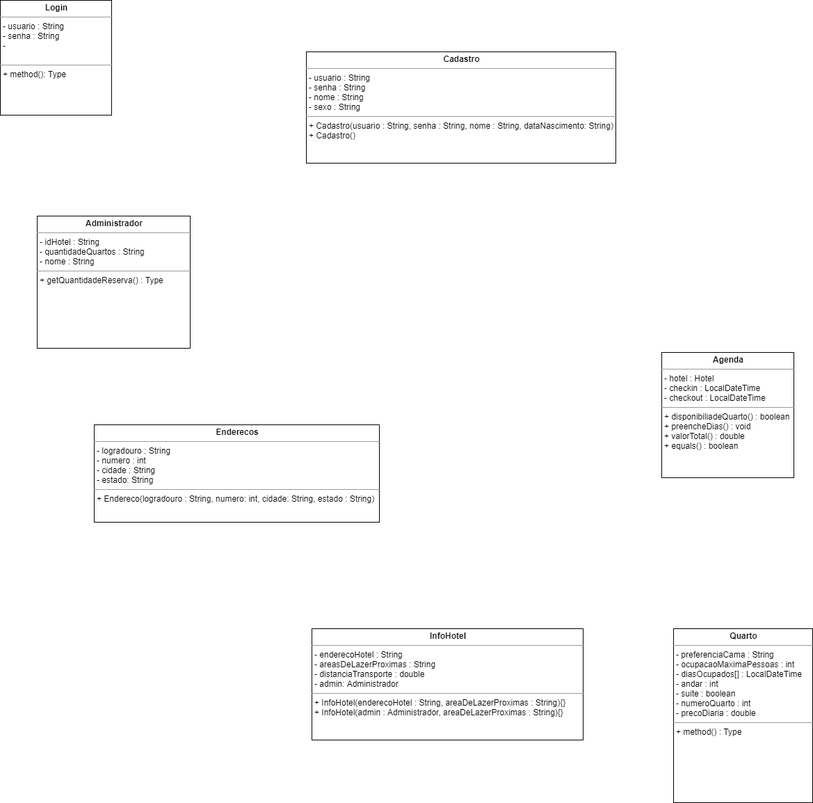
Before: Diagrama UML Graduandos em Totólogia.png, a diagram exported from draw.io (pedrocmr/Projeto_Host4U). Source tidied: cells renumbered, new cells last; positions are measured from the earlier drawing's top-left corner, leaving out a move shared by most shapes.
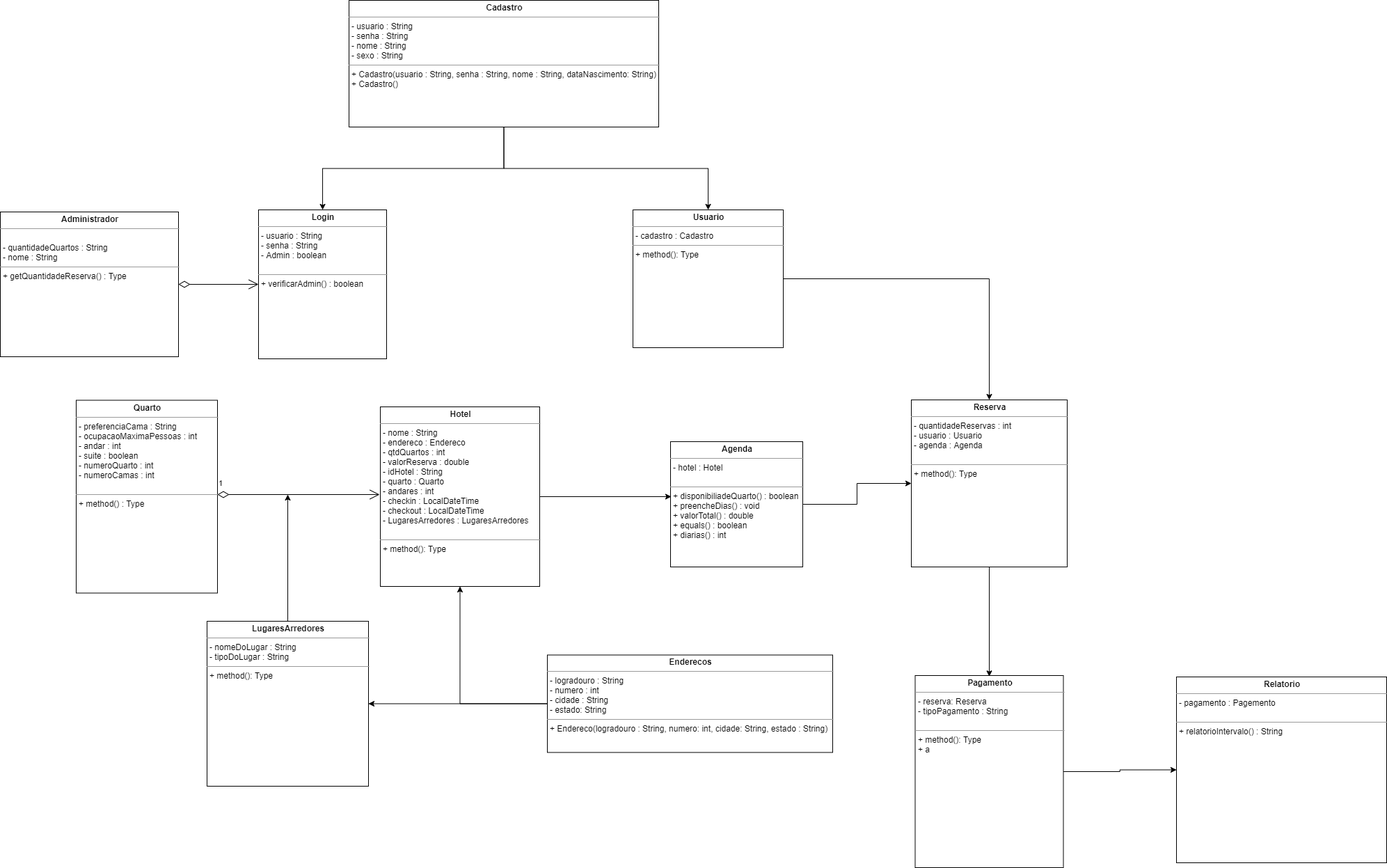
The same file after the commit.

Change to the diagram source:
```diff
@@ -2,26 +2,86 @@
   <root>
     <mxCell id="0" />
     <mxCell id="1" parent="0" />
+    <mxCell id="9" style="endArrow=open;html=1;endSize=12;startArrow=diamondThin;startSize=14;startFill=0;edgeStyle=orthogonalEdgeStyle;fontFamily=Helvetica;fontSize=11;fontColor=#000000;align=center;strokeColor=#000000;" parent="1" edge="1" source="2" target="7">
+      <mxGeometry relative="1" as="geometry" />
+    </mxCell>
-    <mxCell id="2" value="&lt;p style=&quot;margin: 0px ; margin-top: 4px ; text-align: center&quot;&gt;&lt;b&gt;Administrador&lt;/b&gt;&lt;/p&gt;&lt;hr size=&quot;1&quot;&gt;&lt;p style=&quot;margin: 0px ; margin-left: 4px&quot;&gt;- idHotel : String&lt;/p&gt;&lt;p style=&quot;margin: 0px ; margin-left: 4px&quot;&gt;- quantidadeQuartos : String&lt;/p&gt;&lt;p style=&quot;margin: 0px ; margin-left: 4px&quot;&gt;- nome : String&lt;/p&gt;&lt;hr size=&quot;1&quot;&gt;&lt;p style=&quot;margin: 0px ; margin-left: 4px&quot;&gt;+ getQuantidadeReserva() : Type&lt;/p&gt;" style="verticalAlign=top;align=left;overflow=fill;fontSize=12;fontFamily=Helvetica;html=1;" parent="1" vertex="1">
-      <mxGeometry x="53" y="310" width="220" height="190" as="geometry" />
+    <mxCell id="2" value="&lt;p style=&quot;margin: 0px ; margin-top: 4px ; text-align: center&quot;&gt;&lt;b&gt;Administrador&lt;/b&gt;&lt;/p&gt;&lt;hr size=&quot;1&quot;&gt;&lt;p style=&quot;margin: 0px ; margin-left: 4px&quot;&gt;&lt;br&gt;&lt;/p&gt;&lt;p style=&quot;margin: 0px ; margin-left: 4px&quot;&gt;- quantidadeQuartos : String&lt;/p&gt;&lt;p style=&quot;margin: 0px ; margin-left: 4px&quot;&gt;- nome : String&lt;/p&gt;&lt;hr size=&quot;1&quot;&gt;&lt;p style=&quot;margin: 0px ; margin-left: 4px&quot;&gt;+ getQuantidadeReserva() : Type&lt;/p&gt;" style="verticalAlign=top;align=left;overflow=fill;fontSize=12;fontFamily=Helvetica;html=1;" parent="1" vertex="1">
+      <mxGeometry x="-151" y="-594" width="256" height="208" as="geometry" />
     </mxCell>
+    <mxCell id="10" style="edgeStyle=orthogonalEdgeStyle;rounded=0;jettySize=auto;html=1;" parent="1" edge="1" source="3" target="21">
+      <mxGeometry relative="1" as="geometry" />
+    </mxCell>
-    <mxCell id="3" value="&lt;p style=&quot;margin: 0px ; margin-top: 4px ; text-align: center&quot;&gt;&lt;b&gt;Agenda&lt;/b&gt;&lt;/p&gt;&lt;hr size=&quot;1&quot;&gt;&lt;p style=&quot;margin: 0px ; margin-left: 4px&quot;&gt;- hotel : Hotel&lt;/p&gt;&lt;p style=&quot;margin: 0px ; margin-left: 4px&quot;&gt;- checkin : LocalDateTime&lt;/p&gt;&lt;p style=&quot;margin: 0px ; margin-left: 4px&quot;&gt;- checkout : LocalDateTime&lt;/p&gt;&lt;hr size=&quot;1&quot;&gt;&lt;p style=&quot;margin: 0px ; margin-left: 4px&quot;&gt;+ disponibiliadeQuarto() : boolean&lt;/p&gt;&lt;p style=&quot;margin: 0px ; margin-left: 4px&quot;&gt;+ preencheDias() : void&lt;/p&gt;&lt;p style=&quot;margin: 0px ; margin-left: 4px&quot;&gt;+ valorTotal() : double&lt;/p&gt;&lt;p style=&quot;margin: 0px ; margin-left: 4px&quot;&gt;+ equals() : boolean&lt;/p&gt;" style="verticalAlign=top;align=left;overflow=fill;fontSize=12;fontFamily=Helvetica;html=1;" parent="1" vertex="1">
-      <mxGeometry x="951" y="506" width="190" height="180" as="geometry" />
+    <mxCell id="3" value="&lt;p style=&quot;margin: 0px ; margin-top: 4px ; text-align: center&quot;&gt;&lt;b&gt;Agenda&lt;/b&gt;&lt;/p&gt;&lt;hr size=&quot;1&quot;&gt;&lt;p style=&quot;margin: 0px ; margin-left: 4px&quot;&gt;- hotel : Hotel&lt;/p&gt;&lt;p style=&quot;margin: 0px ; margin-left: 4px&quot;&gt;&lt;br&gt;&lt;/p&gt;&lt;hr size=&quot;1&quot;&gt;&lt;p style=&quot;margin: 0px ; margin-left: 4px&quot;&gt;+ disponibiliadeQuarto() : boolean&lt;/p&gt;&lt;p style=&quot;margin: 0px ; margin-left: 4px&quot;&gt;+ preencheDias() : void&lt;/p&gt;&lt;p style=&quot;margin: 0px ; margin-left: 4px&quot;&gt;+ valorTotal() : double&lt;/p&gt;&lt;p style=&quot;margin: 0px ; margin-left: 4px&quot;&gt;+ equals() : boolean&lt;/p&gt;&lt;p style=&quot;margin: 0px ; margin-left: 4px&quot;&gt;+ diarias() : int&lt;/p&gt;" style="verticalAlign=top;align=left;overflow=fill;fontSize=12;fontFamily=Helvetica;html=1;" parent="1" vertex="1">
+      <mxGeometry x="812" y="-264" width="190" height="180" as="geometry" />
     </mxCell>
-    <mxCell id="4" value="&lt;p style=&quot;margin: 0px ; margin-top: 4px ; text-align: center&quot;&gt;&lt;b&gt;Quarto&lt;/b&gt;&lt;/p&gt;&lt;hr size=&quot;1&quot;&gt;&lt;p style=&quot;margin: 0px ; margin-left: 4px&quot;&gt;- preferenciaCama : String&lt;/p&gt;&lt;p style=&quot;margin: 0px ; margin-left: 4px&quot;&gt;- ocupacaoMaximaPessoas : int&lt;/p&gt;&lt;p style=&quot;margin: 0px ; margin-left: 4px&quot;&gt;- diasOcupados[] : LocalDateTime&lt;/p&gt;&lt;p style=&quot;margin: 0px ; margin-left: 4px&quot;&gt;- andar : int&lt;/p&gt;&lt;p style=&quot;margin: 0px ; margin-left: 4px&quot;&gt;- suite : boolean&lt;/p&gt;&lt;p style=&quot;margin: 0px ; margin-left: 4px&quot;&gt;- numeroQuarto : int&lt;/p&gt;&lt;p style=&quot;margin: 0px ; margin-left: 4px&quot;&gt;- precoDiaria : double&lt;/p&gt;&lt;hr size=&quot;1&quot;&gt;&lt;p style=&quot;margin: 0px ; margin-left: 4px&quot;&gt;+ method() : Type&lt;/p&gt;" style="verticalAlign=top;align=left;overflow=fill;fontSize=12;fontFamily=Helvetica;html=1;" parent="1" vertex="1">
-      <mxGeometry x="968" y="903" width="200" height="250" as="geometry" />
+    <mxCell id="4" value="&lt;p style=&quot;margin: 0px ; margin-top: 4px ; text-align: center&quot;&gt;&lt;b&gt;Quarto&lt;/b&gt;&lt;/p&gt;&lt;hr size=&quot;1&quot;&gt;&lt;p style=&quot;margin: 0px ; margin-left: 4px&quot;&gt;- preferenciaCama : String&lt;/p&gt;&lt;p style=&quot;margin: 0px ; margin-left: 4px&quot;&gt;- ocupacaoMaximaPessoas : int&lt;/p&gt;&lt;p style=&quot;margin: 0px ; margin-left: 4px&quot;&gt;&lt;span&gt;- andar : int&lt;/span&gt;&lt;br&gt;&lt;/p&gt;&lt;p style=&quot;margin: 0px ; margin-left: 4px&quot;&gt;- suite : boolean&lt;/p&gt;&lt;p style=&quot;margin: 0px ; margin-left: 4px&quot;&gt;- numeroQuarto : int&lt;/p&gt;&lt;p style=&quot;margin: 0px ; margin-left: 4px&quot;&gt;- numeroCamas : int&lt;/p&gt;&lt;p style=&quot;margin: 0px ; margin-left: 4px&quot;&gt;&lt;br&gt;&lt;/p&gt;&lt;hr size=&quot;1&quot;&gt;&lt;p style=&quot;margin: 0px ; margin-left: 4px&quot;&gt;+ method() : Type&lt;/p&gt;" style="verticalAlign=top;align=left;overflow=fill;fontSize=12;fontFamily=Helvetica;html=1;" parent="1" vertex="1">
+      <mxGeometry x="-42" y="-323.5" width="203" height="277" as="geometry" />
     </mxCell>
-    <mxCell id="5" value="&lt;p style=&quot;margin: 0px ; margin-top: 4px ; text-align: center&quot;&gt;&lt;b&gt;InfoHotel&lt;/b&gt;&lt;/p&gt;&lt;hr size=&quot;1&quot;&gt;&lt;p style=&quot;margin: 0px ; margin-left: 4px&quot;&gt;- enderecoHotel : String&lt;/p&gt;&lt;p style=&quot;margin: 0px ; margin-left: 4px&quot;&gt;- areasDeLazerProximas : String&lt;/p&gt;&lt;p style=&quot;margin: 0px ; margin-left: 4px&quot;&gt;- distanciaTransporte : double&lt;/p&gt;&lt;p style=&quot;margin: 0px ; margin-left: 4px&quot;&gt;- admin: Administrador&lt;/p&gt;&lt;hr size=&quot;1&quot;&gt;&lt;p style=&quot;margin: 0px ; margin-left: 4px&quot;&gt;+ InfoHotel(enderecoHotel : String, areaDeLazerProximas : String){}&lt;/p&gt;&lt;p style=&quot;margin: 0px ; margin-left: 4px&quot;&gt;+ InfoHotel(admin : Administrador, areaDeLazerProximas : String){}&lt;/p&gt;&lt;p style=&quot;margin: 0px ; margin-left: 4px&quot;&gt;&lt;br&gt;&lt;/p&gt;" style="verticalAlign=top;align=left;overflow=fill;fontSize=12;fontFamily=Helvetica;html=1;" parent="1" vertex="1">
-      <mxGeometry x="448" y="903" width="390" height="160" as="geometry" />
-    </mxCell>
+    <mxCell id="11" style="edgeStyle=orthogonalEdgeStyle;rounded=0;jettySize=auto;html=1;entryX=0.5;entryY=1;entryDx=0;entryDy=0;" parent="1" edge="1" source="6" target="17">
+      <mxGeometry relative="1" as="geometry" />
+    </mxCell>
+    <mxCell id="12" style="edgeStyle=orthogonalEdgeStyle;rounded=0;jettySize=auto;html=1;" parent="1" edge="1" source="6" target="23">
+      <mxGeometry relative="1" as="geometry" />
+    </mxCell>
     <mxCell id="6" value="&lt;p style=&quot;margin: 0px ; margin-top: 4px ; text-align: center&quot;&gt;&lt;b&gt;Enderecos&lt;/b&gt;&lt;/p&gt;&lt;hr size=&quot;1&quot;&gt;&lt;p style=&quot;margin: 0px ; margin-left: 4px&quot;&gt;- logradouro : String&lt;/p&gt;&lt;p style=&quot;margin: 0px ; margin-left: 4px&quot;&gt;- numero : int&lt;/p&gt;&lt;p style=&quot;margin: 0px ; margin-left: 4px&quot;&gt;- cidade : String&lt;/p&gt;&lt;p style=&quot;margin: 0px ; margin-left: 4px&quot;&gt;- estado: String&lt;/p&gt;&lt;hr size=&quot;1&quot;&gt;&lt;p style=&quot;margin: 0px ; margin-left: 4px&quot;&gt;+ Endereco(logradouro : String, numero: int, cidade: String, estado : String)&lt;/p&gt;" style="verticalAlign=top;align=left;overflow=fill;fontSize=12;fontFamily=Helvetica;html=1;" parent="1" vertex="1">
-      <mxGeometry x="135" y="610" width="410" height="140" as="geometry" />
+      <mxGeometry x="635" y="42.5" width="410" height="140" as="geometry" />
     </mxCell>
-    <mxCell id="7" value="&lt;p style=&quot;margin: 0px ; margin-top: 4px ; text-align: center&quot;&gt;&lt;b&gt;Login&lt;/b&gt;&lt;/p&gt;&lt;hr size=&quot;1&quot;&gt;&lt;p style=&quot;margin: 0px ; margin-left: 4px&quot;&gt;- usuario : String&lt;/p&gt;&lt;p style=&quot;margin: 0px ; margin-left: 4px&quot;&gt;- senha : String&lt;/p&gt;&lt;p style=&quot;margin: 0px ; margin-left: 4px&quot;&gt;-&amp;nbsp;&lt;/p&gt;&lt;p style=&quot;margin: 0px ; margin-left: 4px&quot;&gt;&lt;br&gt;&lt;/p&gt;&lt;hr size=&quot;1&quot;&gt;&lt;p style=&quot;margin: 0px ; margin-left: 4px&quot;&gt;+ method(): Type&lt;/p&gt;" style="verticalAlign=top;align=left;overflow=fill;fontSize=12;fontFamily=Helvetica;html=1;" parent="1" vertex="1">
-      <mxGeometry width="160" height="165" as="geometry" />
+    <mxCell id="7" value="&lt;p style=&quot;margin: 0px ; margin-top: 4px ; text-align: center&quot;&gt;&lt;b&gt;Login&lt;/b&gt;&lt;/p&gt;&lt;hr size=&quot;1&quot;&gt;&lt;p style=&quot;margin: 0px ; margin-left: 4px&quot;&gt;- usuario : String&lt;/p&gt;&lt;p style=&quot;margin: 0px ; margin-left: 4px&quot;&gt;- senha : String&lt;/p&gt;&lt;p style=&quot;margin: 0px ; margin-left: 4px&quot;&gt;- Admin : boolean&lt;/p&gt;&lt;p style=&quot;margin: 0px ; margin-left: 4px&quot;&gt;&lt;br&gt;&lt;/p&gt;&lt;hr size=&quot;1&quot;&gt;&lt;p style=&quot;margin: 0px ; margin-left: 4px&quot;&gt;+ verificarAdmin() : boolean&lt;/p&gt;" style="verticalAlign=top;align=left;overflow=fill;fontSize=12;fontFamily=Helvetica;html=1;" parent="1" vertex="1">
+      <mxGeometry x="220" y="-597" width="184" height="214" as="geometry" />
     </mxCell>
+    <mxCell id="13" style="edgeStyle=orthogonalEdgeStyle;rounded=0;jettySize=auto;html=1;" parent="1" edge="1" source="8" target="7">
+      <mxGeometry relative="1" as="geometry" />
+    </mxCell>
+    <mxCell id="14" style="edgeStyle=orthogonalEdgeStyle;rounded=0;jettySize=auto;html=1;" parent="1" edge="1" source="8" target="19">
+      <mxGeometry relative="1" as="geometry" />
+    </mxCell>
     <mxCell id="8" value="&lt;p style=&quot;margin: 0px ; margin-top: 4px ; text-align: center&quot;&gt;&lt;b&gt;Cadastro&lt;/b&gt;&lt;/p&gt;&lt;hr size=&quot;1&quot;&gt;&lt;p style=&quot;margin: 0px ; margin-left: 4px&quot;&gt;- usuario : String&lt;/p&gt;&lt;p style=&quot;margin: 0px ; margin-left: 4px&quot;&gt;- senha : String&lt;/p&gt;&lt;p style=&quot;margin: 0px ; margin-left: 4px&quot;&gt;- nome : String&lt;/p&gt;&lt;p style=&quot;margin: 0px ; margin-left: 4px&quot;&gt;- sexo : String&amp;nbsp;&lt;/p&gt;&lt;hr size=&quot;1&quot;&gt;&lt;p style=&quot;margin: 0px ; margin-left: 4px&quot;&gt;+ Cadastro(usuario : String, senha : String, nome : String, dataNascimento: String)&lt;/p&gt;&lt;p style=&quot;margin: 0px ; margin-left: 4px&quot;&gt;+ Cadastro()&lt;/p&gt;&lt;p style=&quot;margin: 0px ; margin-left: 4px&quot;&gt;&lt;br&gt;&lt;/p&gt;" style="verticalAlign=top;align=left;overflow=fill;fontSize=12;fontFamily=Helvetica;html=1;" parent="1" vertex="1">
-      <mxGeometry x="440" y="74" width="445" height="160" as="geometry" />
+      <mxGeometry x="350" y="-898" width="445" height="182" as="geometry" />
     </mxCell>
+    <mxCell id="15" value="&lt;p style=&quot;margin: 0px ; margin-top: 4px ; text-align: center&quot;&gt;&lt;b&gt;Relatorio&lt;/b&gt;&lt;/p&gt;&lt;hr size=&quot;1&quot;&gt;&lt;p style=&quot;margin: 0px ; margin-left: 4px&quot;&gt;- pagamento : Pagemento&lt;/p&gt;&lt;p style=&quot;margin: 0px ; margin-left: 4px&quot;&gt;&lt;br&gt;&lt;/p&gt;&lt;hr size=&quot;1&quot;&gt;&lt;p style=&quot;margin: 0px ; margin-left: 4px&quot;&gt;+ relatorioIntervalo() : String&lt;/p&gt;" style="verticalAlign=top;align=left;overflow=fill;fontSize=12;fontFamily=Helvetica;html=1;" parent="1" vertex="1">
+      <mxGeometry x="1539" y="74" width="302" height="267" as="geometry" />
+    </mxCell>
+    <mxCell id="16" style="edgeStyle=orthogonalEdgeStyle;rounded=0;jettySize=auto;html=1;" parent="1" edge="1" source="17">
+      <mxGeometry relative="1" as="geometry">
+        <mxPoint x="813" y="-185" as="targetPoint" />
+      </mxGeometry>
+    </mxCell>
+    <mxCell id="17" value="&lt;p style=&quot;margin: 0px ; margin-top: 4px ; text-align: center&quot;&gt;&lt;b&gt;Hotel&lt;/b&gt;&lt;/p&gt;&lt;hr size=&quot;1&quot;&gt;&lt;p style=&quot;margin: 0px ; margin-left: 4px&quot;&gt;- nome : String&lt;/p&gt;&lt;p style=&quot;margin: 0px ; margin-left: 4px&quot;&gt;- endereco : Endereco&lt;/p&gt;&lt;p style=&quot;margin: 0px ; margin-left: 4px&quot;&gt;- qtdQuartos : int&lt;/p&gt;&lt;p style=&quot;margin: 0px ; margin-left: 4px&quot;&gt;- valorReserva : double&lt;/p&gt;&lt;p style=&quot;margin: 0px ; margin-left: 4px&quot;&gt;- idHotel : String&lt;/p&gt;&lt;p style=&quot;margin: 0px ; margin-left: 4px&quot;&gt;- quarto : Quarto&lt;/p&gt;&lt;p style=&quot;margin: 0px ; margin-left: 4px&quot;&gt;- andares : int&lt;/p&gt;&lt;p style=&quot;margin: 0px ; margin-left: 4px&quot;&gt;- checkin : LocalDateTime&lt;/p&gt;&lt;p style=&quot;margin: 0px ; margin-left: 4px&quot;&gt;- checkout : LocalDateTime&lt;/p&gt;&lt;p style=&quot;margin: 0px ; margin-left: 4px&quot;&gt;- LugaresArredores : LugaresArredores&lt;/p&gt;&lt;p style=&quot;margin: 0px ; margin-left: 4px&quot;&gt;&lt;br&gt;&lt;/p&gt;&lt;hr size=&quot;1&quot;&gt;&lt;p style=&quot;margin: 0px ; margin-left: 4px&quot;&gt;+ method(): Type&lt;/p&gt;" style="verticalAlign=top;align=left;overflow=fill;fontSize=12;fontFamily=Helvetica;html=1;" parent="1" vertex="1">
+      <mxGeometry x="395" y="-314" width="229" height="258" as="geometry" />
+    </mxCell>
+    <mxCell id="18" style="edgeStyle=orthogonalEdgeStyle;rounded=0;jettySize=auto;html=1;entryX=0.5;entryY=0;entryDx=0;entryDy=0;" parent="1" edge="1" source="19" target="21">
+      <mxGeometry relative="1" as="geometry" />
+    </mxCell>
+    <mxCell id="19" value="&lt;p style=&quot;margin: 0px ; margin-top: 4px ; text-align: center&quot;&gt;&lt;b&gt;Usuario&lt;/b&gt;&lt;/p&gt;&lt;hr size=&quot;1&quot;&gt;&lt;p style=&quot;margin: 0px ; margin-left: 4px&quot;&gt;&lt;span&gt;- cadastro : Cadastro&lt;/span&gt;&lt;br&gt;&lt;/p&gt;&lt;hr size=&quot;1&quot;&gt;&lt;p style=&quot;margin: 0px ; margin-left: 4px&quot;&gt;+ method(): Type&lt;/p&gt;" style="verticalAlign=top;align=left;overflow=fill;fontSize=12;fontFamily=Helvetica;html=1;" parent="1" vertex="1">
+      <mxGeometry x="758" y="-597" width="216" height="198" as="geometry" />
+    </mxCell>
+    <mxCell id="20" style="edgeStyle=orthogonalEdgeStyle;rounded=0;jettySize=auto;html=1;" parent="1" edge="1" source="21">
+      <mxGeometry relative="1" as="geometry">
+        <mxPoint x="1270" y="73.3" as="targetPoint" />
+      </mxGeometry>
+    </mxCell>
+    <mxCell id="21" value="&lt;p style=&quot;margin: 0px ; margin-top: 4px ; text-align: center&quot;&gt;&lt;b&gt;Reserva&lt;/b&gt;&lt;/p&gt;&lt;hr size=&quot;1&quot;&gt;&lt;p style=&quot;margin: 0px ; margin-left: 4px&quot;&gt;- quantidadeReservas : int&lt;/p&gt;&lt;p style=&quot;margin: 0px ; margin-left: 4px&quot;&gt;- usuario : Usuario&lt;/p&gt;&lt;p style=&quot;margin: 0px ; margin-left: 4px&quot;&gt;- agenda : Agenda&lt;/p&gt;&lt;p style=&quot;margin: 0px ; margin-left: 4px&quot;&gt;&lt;br&gt;&lt;/p&gt;&lt;hr size=&quot;1&quot;&gt;&lt;p style=&quot;margin: 0px ; margin-left: 4px&quot;&gt;+ method(): Type&lt;/p&gt;" style="verticalAlign=top;align=left;overflow=fill;fontSize=12;fontFamily=Helvetica;html=1;" parent="1" vertex="1">
+      <mxGeometry x="1158" y="-324" width="224" height="240" as="geometry" />
+    </mxCell>
+    <mxCell id="22" style="edgeStyle=orthogonalEdgeStyle;rounded=0;jettySize=auto;html=1;" parent="1" edge="1" source="23">
+      <mxGeometry relative="1" as="geometry">
+        <mxPoint x="262" y="-188" as="targetPoint" />
+      </mxGeometry>
+    </mxCell>
+    <mxCell id="23" value="&lt;p style=&quot;margin: 0px ; margin-top: 4px ; text-align: center&quot;&gt;&lt;b&gt;LugaresArredores&lt;/b&gt;&lt;/p&gt;&lt;hr size=&quot;1&quot;&gt;&lt;p style=&quot;margin: 0px ; margin-left: 4px&quot;&gt;- nomeDoLugar : String&lt;/p&gt;&lt;p style=&quot;margin: 0px ; margin-left: 4px&quot;&gt;- tipoDoLugar : String&lt;/p&gt;&lt;hr size=&quot;1&quot;&gt;&lt;p style=&quot;margin: 0px ; margin-left: 4px&quot;&gt;+ method(): Type&lt;/p&gt;" style="verticalAlign=top;align=left;overflow=fill;fontSize=12;fontFamily=Helvetica;html=1;" parent="1" vertex="1">
+      <mxGeometry x="146" y="-6" width="232" height="237" as="geometry" />
+    </mxCell>
+    <mxCell id="24" style="edgeStyle=orthogonalEdgeStyle;rounded=0;jettySize=auto;html=1;entryX=0;entryY=0.5;entryDx=0;entryDy=0;" parent="1" edge="1" source="25" target="15">
+      <mxGeometry relative="1" as="geometry" />
+    </mxCell>
+    <mxCell id="25" value="&lt;p style=&quot;margin: 0px ; margin-top: 4px ; text-align: center&quot;&gt;&lt;b&gt;Pagamento&lt;/b&gt;&lt;/p&gt;&lt;hr size=&quot;1&quot;&gt;&lt;p style=&quot;margin: 0px ; margin-left: 4px&quot;&gt;- reserva: Reserva&lt;/p&gt;&lt;p style=&quot;margin: 0px ; margin-left: 4px&quot;&gt;- tipoPagamento : String&lt;/p&gt;&lt;p style=&quot;margin: 0px ; margin-left: 4px&quot;&gt;&lt;br&gt;&lt;/p&gt;&lt;hr size=&quot;1&quot;&gt;&lt;p style=&quot;margin: 0px ; margin-left: 4px&quot;&gt;+ method(): Type&lt;/p&gt;&lt;p style=&quot;margin: 0px ; margin-left: 4px&quot;&gt;+ a&lt;/p&gt;" style="verticalAlign=top;align=left;overflow=fill;fontSize=12;fontFamily=Helvetica;html=1;" parent="1" vertex="1">
+      <mxGeometry x="1163.5" y="72" width="213" height="276" as="geometry" />
+    </mxCell>
+    <mxCell id="26" value="1" style="endArrow=open;html=1;endSize=12;startArrow=diamondThin;startSize=14;startFill=0;edgeStyle=orthogonalEdgeStyle;align=left;verticalAlign=bottom;" parent="1" edge="1">
+      <mxGeometry x="-1" y="7" relative="1" as="geometry">
+        <mxPoint x="161" y="-188" as="sourcePoint" />
+        <mxPoint x="394" y="-188" as="targetPoint" />
+      </mxGeometry>
+    </mxCell>
   </root>
 </mxGraphModel>
```
